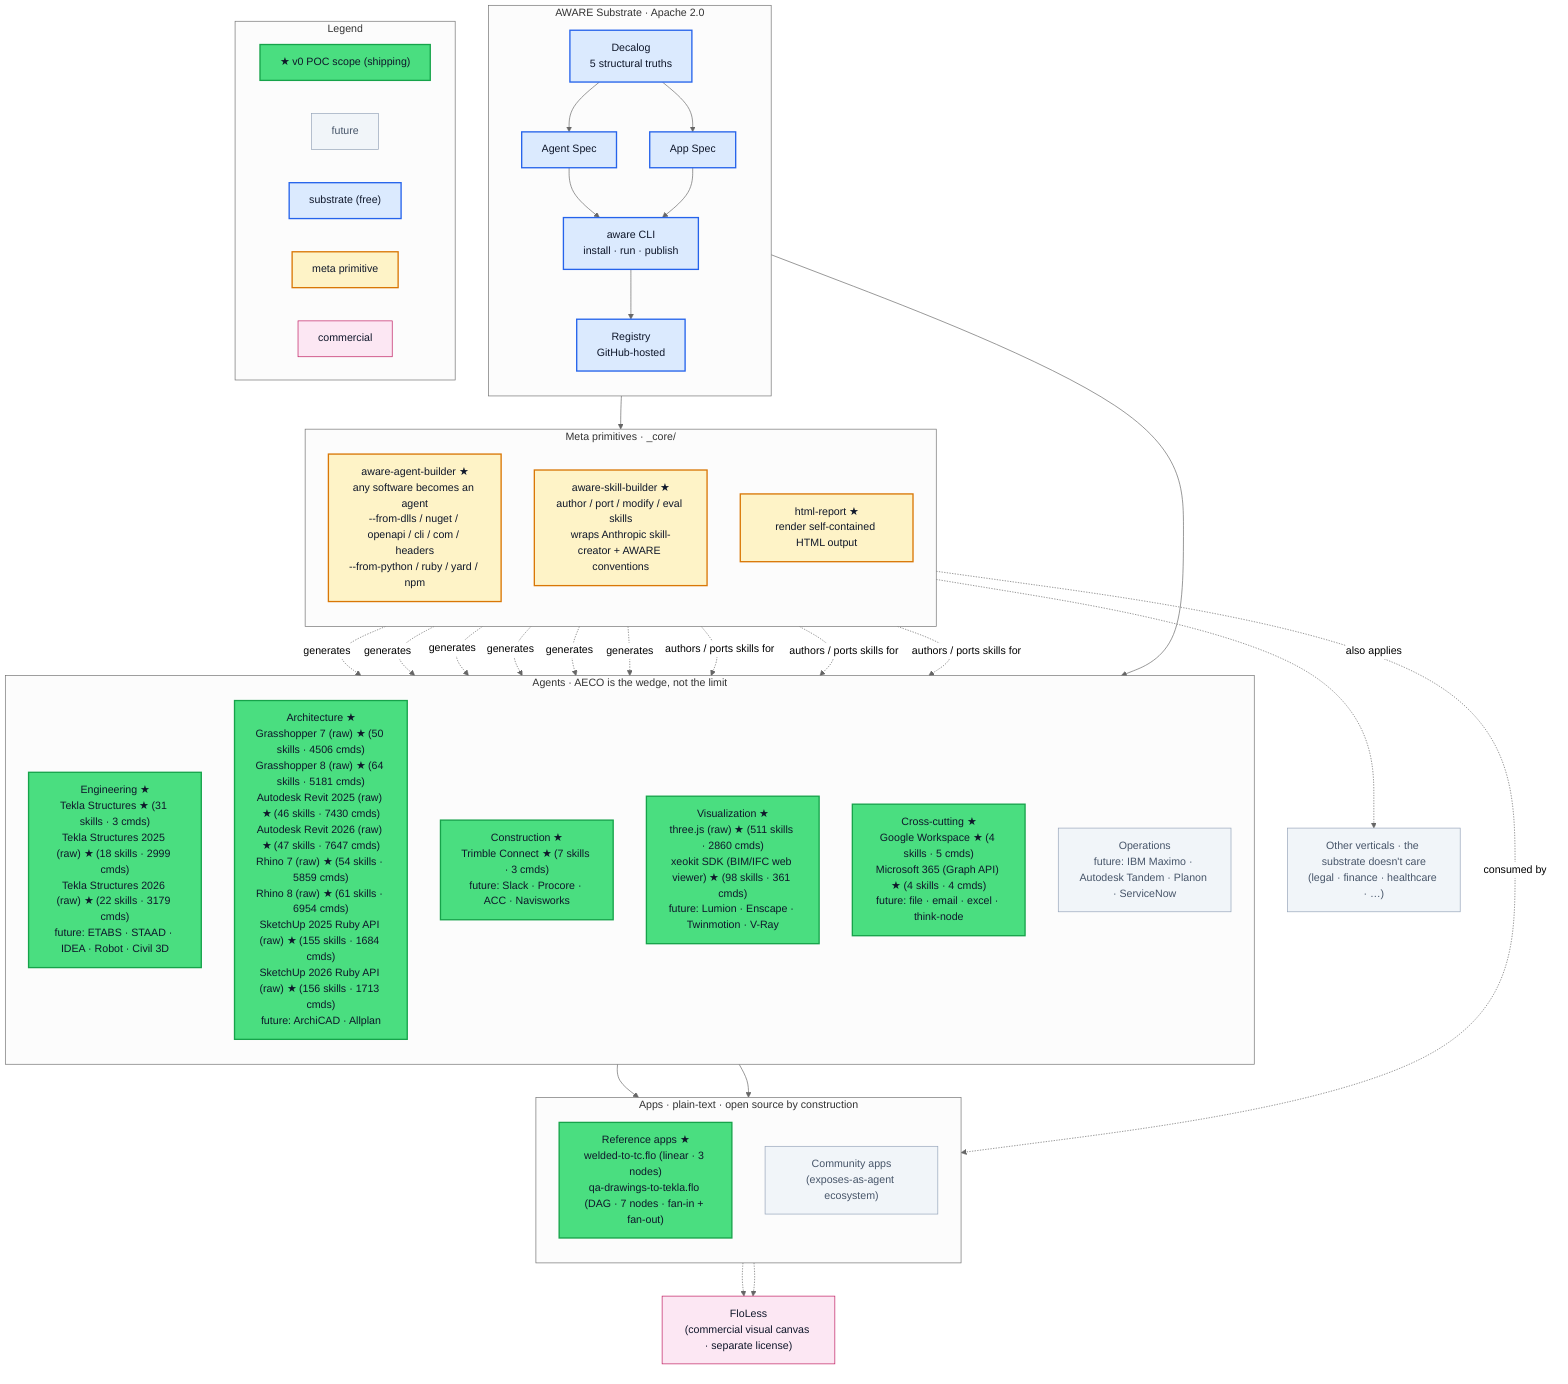
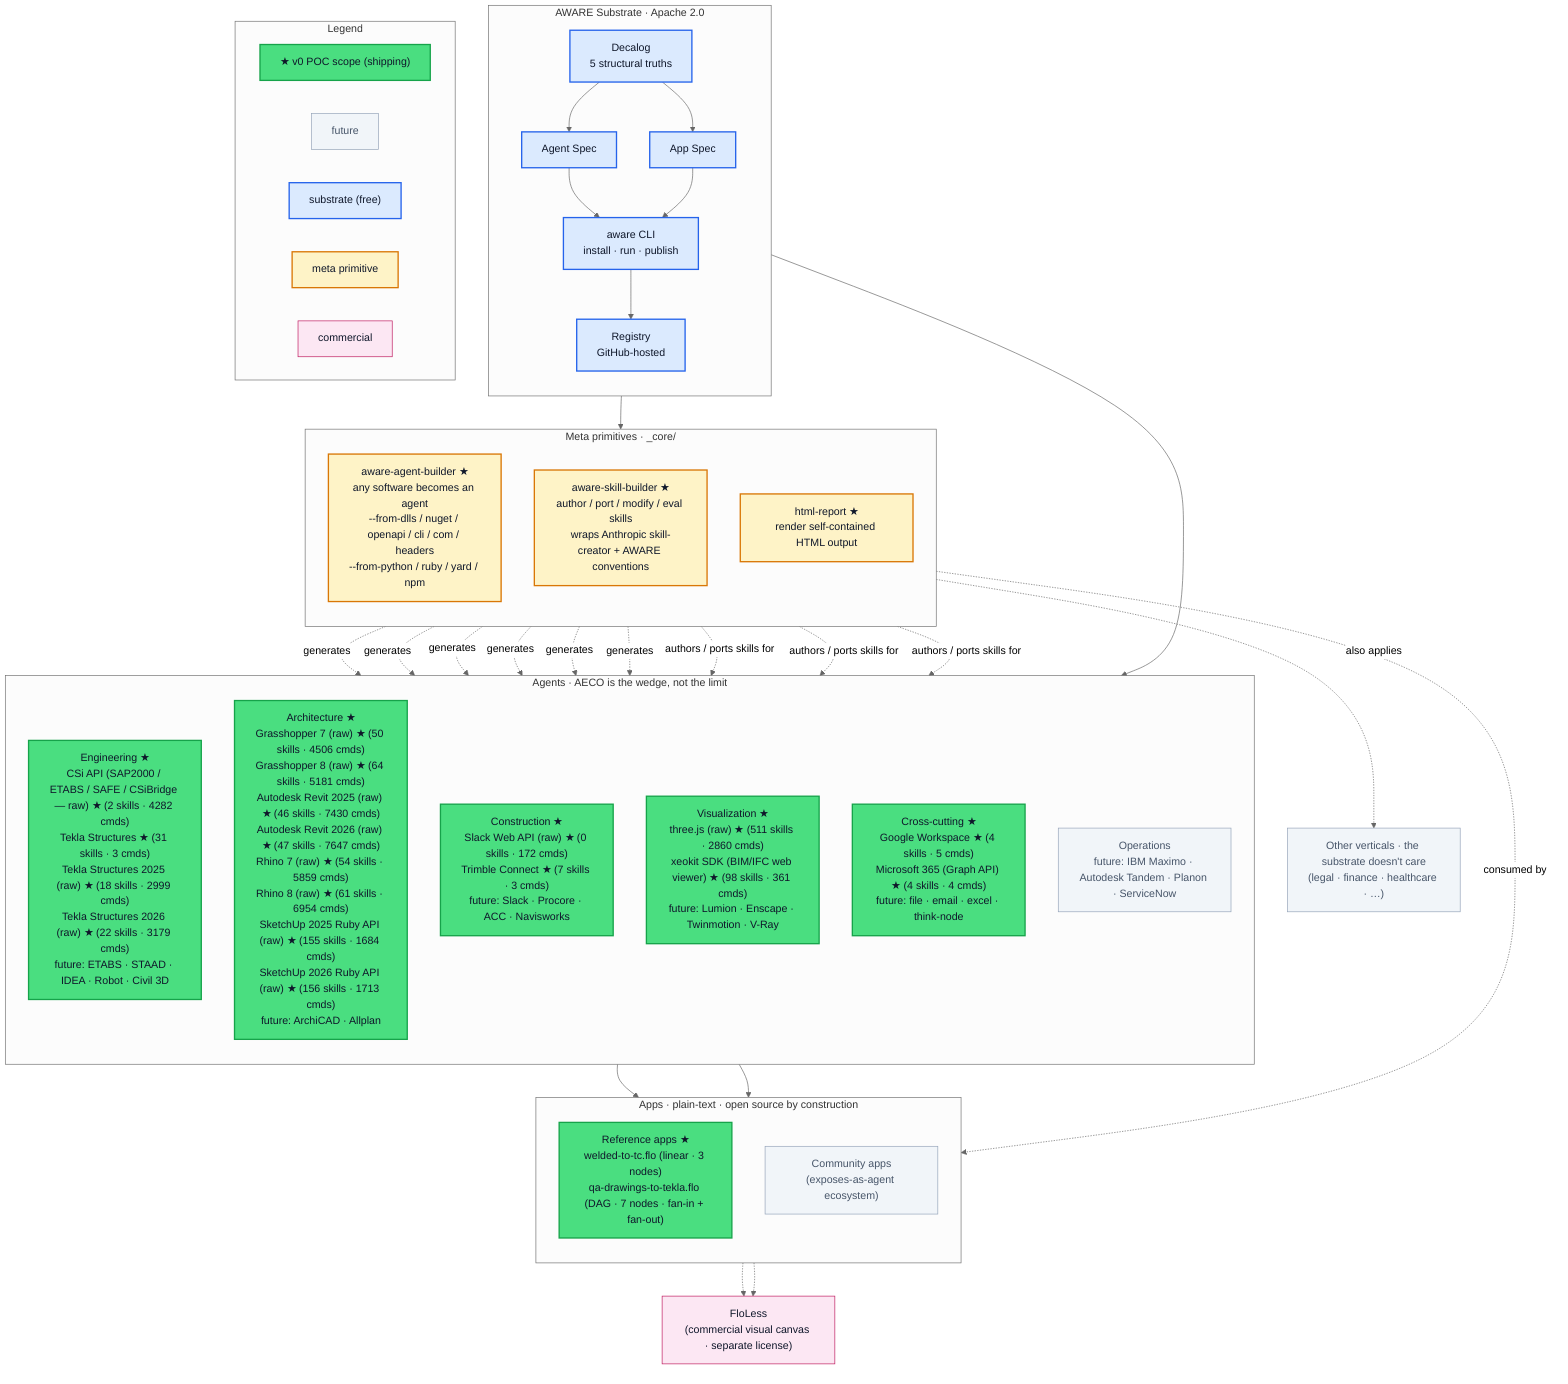
%%{init: {'theme':'neutral'}}%%
graph TB

  %% =========================================================
  %% Style classes
  %% =========================================================
  classDef poc        fill:#4ade80,stroke:#16a34a,color:#0f172a,stroke-width:2px
  classDef future     fill:#f1f5f9,stroke:#94a3b8,color:#475569
  classDef substrate  fill:#dbeafe,stroke:#2563eb,color:#0f172a,stroke-width:2px
  classDef meta       fill:#fef3c7,stroke:#d97706,color:#0f172a,stroke-width:2px
  classDef app        fill:#e0e7ff,stroke:#6366f1,color:#0f172a
  classDef commercial fill:#fce7f3,stroke:#be185d,color:#0f172a

  %% =========================================================
  %% Substrate · Apache 2.0
  %% =========================================================
  subgraph SUB["AWARE Substrate · Apache 2.0"]
    direction TB
    Decalog["Decalog<br/>5 structural truths"]:::substrate
    AgentSpec["Agent Spec"]:::substrate
    AppSpec["App Spec"]:::substrate
    CLI["aware CLI<br/>install · run · publish"]:::substrate
    Registry["Registry<br/>GitHub-hosted"]:::substrate

    Decalog --> AgentSpec
    Decalog --> AppSpec
    AgentSpec --> CLI
    AppSpec --> CLI
    CLI --> Registry
  end

  %% =========================================================
  %% Meta primitives — under _core/
  %% =========================================================
  subgraph META["Meta primitives · _core/"]
    direction TB
    Builder["aware-agent-builder ★<br/>any software becomes an agent<br/>--from-dlls / nuget / openapi / cli / com / headers<br/>--from-python / ruby / yard / npm"]:::meta
    SkillBuilder["aware-skill-builder ★<br/>author / port / modify / eval skills<br/>wraps Anthropic skill-creator + AWARE conventions"]:::meta
    HtmlReport["html-report ★<br/>render self-contained HTML output"]:::meta
  end

  %% =========================================================
  %% Agents · AECO (the wedge)
  %% =========================================================
  subgraph AGENTS["Agents · AECO is the wedge, not the limit"]
    direction TB

    %% AWARE-AUTOGEN-AGENTS-BEGIN (regenerated by `aware diagram regenerate --in-place 40-diagrams/aware-master.mmd`)
-     Eng["Engineering ★<br/>Tekla Structures ★ (31 skills · 3 cmds)<br/>Tekla Structures 2025 (raw) ★ (18 skills · 2999 cmds)<br/>Tekla Structures 2026 (raw) ★ (22 skills · 3179 cmds)<br/>future: ETABS · STAAD · IDEA · Robot · Civil 3D"]:::poc
+     Eng["Engineering ★<br/>CSi API (SAP2000 / ETABS / SAFE / CSiBridge — raw) ★ (2 skills · 4282 cmds)<br/>Tekla Structures ★ (31 skills · 3 cmds)<br/>Tekla Structures 2025 (raw) ★ (18 skills · 2999 cmds)<br/>Tekla Structures 2026 (raw) ★ (22 skills · 3179 cmds)<br/>future: ETABS · STAAD · IDEA · Robot · Civil 3D"]:::poc
    Arch["Architecture ★<br/>Grasshopper 7 (raw) ★ (50 skills · 4506 cmds)<br/>Grasshopper 8 (raw) ★ (64 skills · 5181 cmds)<br/>Autodesk Revit 2025 (raw) ★ (46 skills · 7430 cmds)<br/>Autodesk Revit 2026 (raw) ★ (47 skills · 7647 cmds)<br/>Rhino 7 (raw) ★ (54 skills · 5859 cmds)<br/>Rhino 8 (raw) ★ (61 skills · 6954 cmds)<br/>SketchUp 2025 Ruby API (raw) ★ (155 skills · 1684 cmds)<br/>SketchUp 2026 Ruby API (raw) ★ (156 skills · 1713 cmds)<br/>future: ArchiCAD · Allplan"]:::poc
-     Cons["Construction ★<br/>Trimble Connect ★ (7 skills · 3 cmds)<br/>future: Slack · Procore · ACC · Navisworks"]:::poc
+     Cons["Construction ★<br/>Slack Web API (raw) ★ (0 skills · 172 cmds)<br/>Trimble Connect ★ (7 skills · 3 cmds)<br/>future: Slack · Procore · ACC · Navisworks"]:::poc
    Viz["Visualization ★<br/>three.js (raw) ★ (511 skills · 2860 cmds)<br/>xeokit SDK (BIM/IFC web viewer) ★ (98 skills · 361 cmds)<br/>future: Lumion · Enscape · Twinmotion · V-Ray"]:::poc
    Cross["Cross-cutting ★<br/>Google Workspace ★ (4 skills · 5 cmds)<br/>Microsoft 365 (Graph API) ★ (4 skills · 4 cmds)<br/>future: file · email · excel · think-node"]:::poc
    Ops["Operations<br/>future: IBM Maximo · Autodesk Tandem · Planon · ServiceNow"]:::future
%% AWARE-AUTOGEN-AGENTS-END
  end

  Other["Other verticals · the substrate doesn't care<br/>(legal · finance · healthcare · …)"]:::future

  %% =========================================================
  %% Apps · plain-text compositions
  %% =========================================================
  subgraph APPS["Apps · plain-text · open source by construction"]
    direction TB
    Refs["Reference apps ★<br/>welded-to-tc.flo (linear · 3 nodes)<br/>qa-drawings-to-tekla.flo (DAG · 7 nodes · fan-in + fan-out)"]:::poc
    Community["Community apps<br/>(exposes-as-agent ecosystem)"]:::future
  end

  %% =========================================================
  %% Commercial layer
  %% =========================================================
  FloLess["FloLess<br/>(commercial visual canvas · separate license)"]:::commercial

  %% =========================================================
  %% Wiring
  %% =========================================================
  Registry --> META
  Registry --> AGENTS

  Builder -. generates .-> Eng
  Builder -. generates .-> Cons
  Builder -. generates .-> Cross
  Builder -. generates .-> Arch
  Builder -. generates .-> Viz
  Builder -. generates .-> Ops
  Builder -. also applies .-> Other

  SkillBuilder -. authors / ports skills for .-> Eng
  SkillBuilder -. authors / ports skills for .-> Cons
  SkillBuilder -. authors / ports skills for .-> Cross

  AGENTS --> Refs
  AGENTS --> Community
  HtmlReport -. consumed by .-> Refs

  Refs -.-> FloLess
  Community -.-> FloLess

  %% =========================================================
  %% Legend
  %% =========================================================
  subgraph LEGEND["Legend"]
    direction LR
    LegPoc["★ v0 POC scope (shipping)"]:::poc
    LegFut["future"]:::future
    LegSub["substrate (free)"]:::substrate
    LegMeta["meta primitive"]:::meta
    LegComm["commercial"]:::commercial
  end
